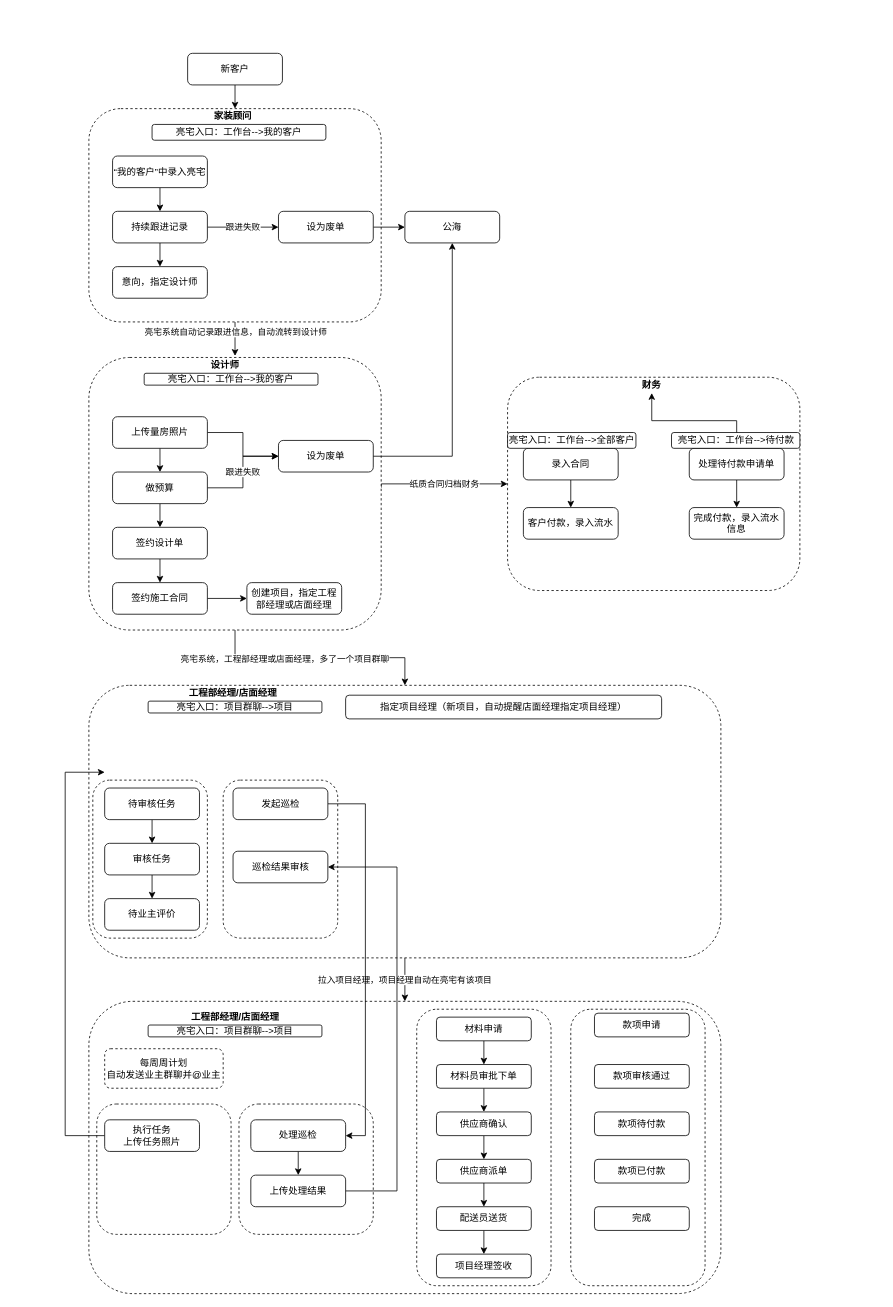
The draw.io diagram Untitled Diagram.drawio in bevisxia/java-learning, before the edit. Source tidied: cells renumbered, new cells numbered last; positions are measured from the earlier drawing's top-left corner, leaving out a move shared by most shapes. Both pictures are drawn from the tidied source at 79%, with x=0, y=0 at pixel (65, 53).
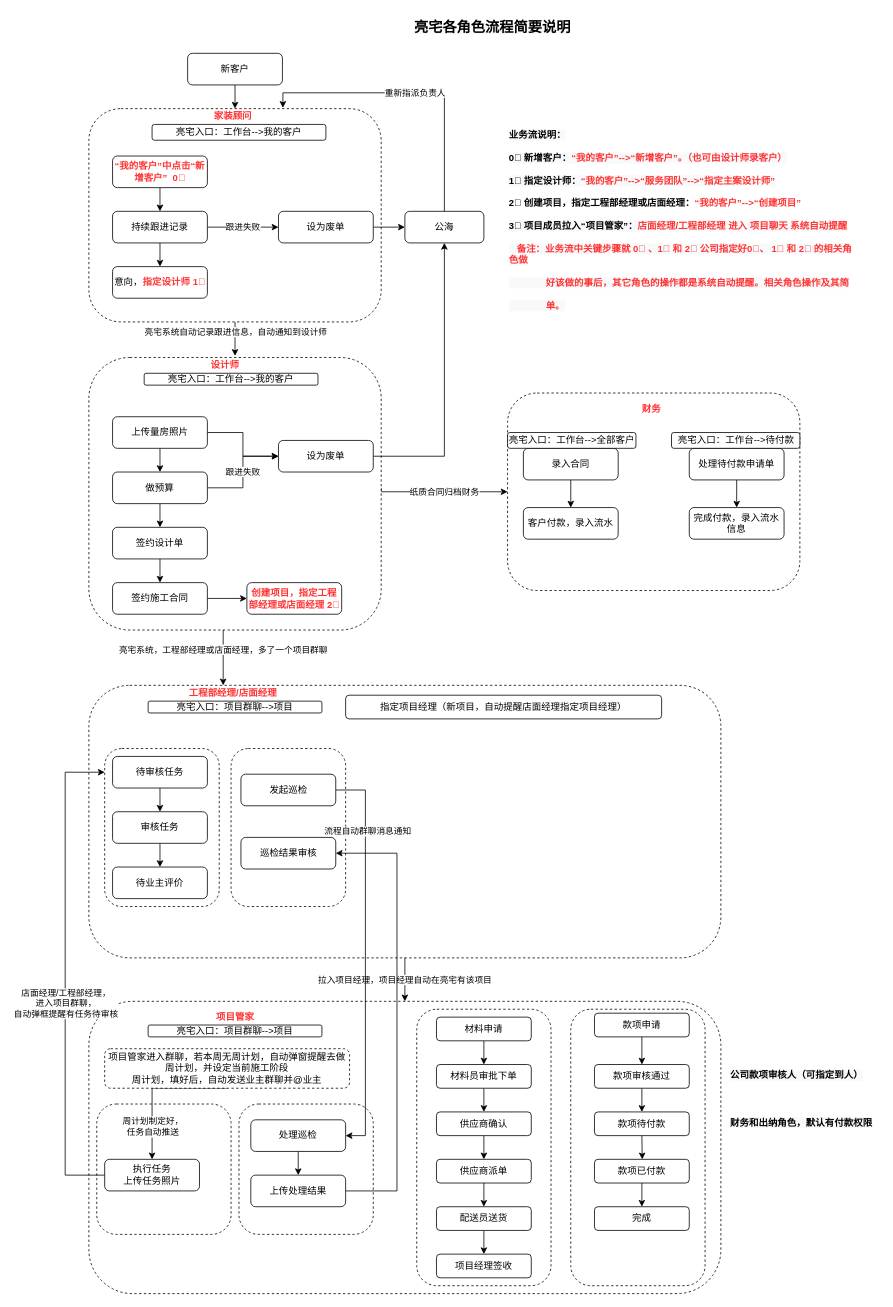
After the change.

The change refers to these unchanged cells:
```xml
<mxCell id="2" style="rounded=1;whiteSpace=wrap;html=1;dashed=1;" parent="1" vertex="1">
  <mxGeometry x="30" y="800" width="800" height="345" as="geometry" />
</mxCell>
<mxCell id="13" style="rounded=1;whiteSpace=wrap;html=1;dashed=1;" parent="1" vertex="1">
  <mxGeometry x="30" y="385" width="370" height="345" as="geometry" />
</mxCell>
<mxCell id="14" style="edgeStyle=orthogonalEdgeStyle;rounded=0;jettySize=auto;html=1;exitX=0.5;exitY=1;exitDx=0;exitDy=0;entryX=0.541;entryY=-0.1;entryDx=0;entryDy=0;entryPerimeter=0;" parent="1" edge="1" source="16" target="41">
  <mxGeometry relative="1" as="geometry" />
</mxCell>
<mxCell id="39" value="设为废单" style="rounded=1;whiteSpace=wrap;html=1;" parent="1" vertex="1">
  <mxGeometry x="270" y="490" width="120" height="40" as="geometry" />
</mxCell>
<mxCell id="49" value="处理待付款申请单" style="rounded=1;whiteSpace=wrap;html=1;" parent="1" vertex="1">
  <mxGeometry x="790" y="500" width="120" height="40" as="geometry" />
</mxCell>
<mxCell id="72" value="处理巡检" style="rounded=1;whiteSpace=wrap;html=1;" parent="1" vertex="1">
  <mxGeometry x="235" y="1350" width="120" height="40" as="geometry" />
</mxCell>
<mxCell id="74" value="上传处理结果" style="rounded=1;whiteSpace=wrap;html=1;" parent="1" vertex="1">
  <mxGeometry x="235" y="1420" width="120" height="40" as="geometry" />
</mxCell>
<mxCell id="88" style="rounded=1;whiteSpace=wrap;html=1;dashed=1;" parent="1" vertex="1">
  <mxGeometry x="640" y="1210" width="170" height="350" as="geometry" />
</mxCell>
<mxCell id="89" value="款项申请" style="rounded=1;whiteSpace=wrap;html=1;" parent="1" vertex="1">
  <mxGeometry x="670" y="1215" width="120" height="30" as="geometry" />
</mxCell>
<mxCell id="90" value="款项审核通过" style="rounded=1;whiteSpace=wrap;html=1;" parent="1" vertex="1">
  <mxGeometry x="670" y="1280" width="120" height="30" as="geometry" />
</mxCell>
<mxCell id="91" value="款项待付款" style="rounded=1;whiteSpace=wrap;html=1;" parent="1" vertex="1">
  <mxGeometry x="670" y="1340" width="120" height="30" as="geometry" />
</mxCell>
<mxCell id="92" value="款项已付款" style="rounded=1;whiteSpace=wrap;html=1;" parent="1" vertex="1">
  <mxGeometry x="670" y="1400" width="120" height="30" as="geometry" />
</mxCell>
<mxCell id="93" value="完成" style="rounded=1;whiteSpace=wrap;html=1;" parent="1" vertex="1">
  <mxGeometry x="670" y="1460" width="120" height="30" as="geometry" />
</mxCell>
```

The edit, as a diff of the source:
```diff
@@
     <mxCell id="3" style="rounded=1;whiteSpace=wrap;html=1;dashed=1;" parent="1" vertex="1">
-      <mxGeometry x="200" y="920" width="145" height="200" as="geometry" />
+      <mxGeometry x="210" y="880" width="145" height="200" as="geometry" />
     </mxCell>
     <mxCell id="4" style="rounded=1;whiteSpace=wrap;html=1;dashed=1;" parent="1" vertex="1">
-      <mxGeometry x="35" y="920" width="145" height="200" as="geometry" />
+      <mxGeometry x="50" y="880" width="145" height="200" as="geometry" />
     </mxCell>
@@
     <mxCell id="8" style="rounded=1;whiteSpace=wrap;html=1;dashed=1;" parent="1" vertex="1">
-      <mxGeometry x="560" y="410" width="370" height="270" as="geometry" />
+      <mxGeometry x="560" y="430" width="370" height="250" as="geometry" />
     </mxCell>
     <mxCell id="9" style="edgeStyle=orthogonalEdgeStyle;rounded=0;jettySize=auto;html=1;entryX=0;entryY=0.5;entryDx=0;entryDy=0;" parent="1" edge="1" target="8">
       <mxGeometry relative="1" as="geometry">
         <mxPoint x="400" y="550" as="sourcePoint" />
         <Array as="points">
-          <mxPoint x="400" y="545" />
+          <mxPoint x="400" y="555" />
         </Array>
       </mxGeometry>
     </mxCell>
     <mxCell id="10" value="纸质合同归档财务" style="edgeLabel;html=1;align=center;verticalAlign=middle;" parent="9" vertex="1">
-      <mxGeometry x="0.02" y="1" relative="1" as="geometry" />
+      <mxGeometry x="0.02" y="1" relative="1" as="geometry">
+        <mxPoint y="1" as="offset" />
+      </mxGeometry>
     </mxCell>
-    <mxCell id="11" style="edgeStyle=orthogonalEdgeStyle;rounded=0;jettySize=auto;html=1;exitX=0.5;exitY=1;exitDx=0;exitDy=0;entryX=0.5;entryY=0;entryDx=0;entryDy=0;" parent="1" edge="1" source="13" target="2">
-      <mxGeometry relative="1" as="geometry" />
+    <mxCell id="11" style="edgeStyle=orthogonalEdgeStyle;rounded=0;orthogonalLoop=1;jettySize=auto;html=1;" parent="1" edge="1">
+      <mxGeometry relative="1" as="geometry">
+        <mxPoint x="200" y="730" as="sourcePoint" />
+        <mxPoint x="200" y="800" as="targetPoint" />
+        <Array as="points">
+          <mxPoint x="200" y="750" />
+          <mxPoint x="200" y="750" />
+        </Array>
+      </mxGeometry>
     </mxCell>
@@
-    <mxCell id="15" value="亮宅系统自动记录跟进信息，自动流转到设计师" style="edgeLabel;html=1;align=center;verticalAlign=middle;" parent="14" vertex="1">
+    <mxCell id="15" value="亮宅系统自动记录跟进信息，自动通知到设计师" style="edgeLabel;html=1;align=center;verticalAlign=middle;" parent="14" vertex="1">
       <mxGeometry x="-0.41" relative="1" as="geometry" />
     </mxCell>
@@
-    <mxCell id="20" value="“我的客户”中录入亮宅" style="rounded=1;whiteSpace=wrap;html=1;" parent="1" vertex="1">
+    <mxCell id="20" value="&lt;b&gt;&lt;font color=&quot;#ff3333&quot;&gt;“我的客户”中点击“新增客户”&amp;nbsp; 0⃣️&lt;/font&gt;&lt;/b&gt;" style="rounded=1;whiteSpace=wrap;html=1;" parent="1" vertex="1">
       <mxGeometry x="60" y="130" width="120" height="40" as="geometry" />
     </mxCell>
@@
-    <mxCell id="24" value="意向，指定设计师" style="rounded=1;whiteSpace=wrap;html=1;" parent="1" vertex="1">
+    <mxCell id="24" value="意向，&lt;b&gt;&lt;font color=&quot;#ff3333&quot;&gt;指定设计师 1⃣️&lt;/font&gt;&lt;/b&gt;" style="rounded=1;whiteSpace=wrap;html=1;" parent="1" vertex="1">
       <mxGeometry x="60" y="270" width="120" height="40" as="geometry" />
     </mxCell>
@@
+    <mxCell id="94" value="重新指派负责人" style="edgeStyle=orthogonalEdgeStyle;rounded=0;jettySize=auto;html=1;exitX=0.5;exitY=0;exitDx=0;exitDy=0;entryX=0.707;entryY=-0.05;entryDx=0;entryDy=0;entryPerimeter=0;" parent="1" edge="1" source="27" target="28">
+      <mxGeometry relative="1" as="geometry">
+        <Array as="points">
+          <mxPoint x="480" y="50" />
+          <mxPoint x="276" y="50" />
+        </Array>
+      </mxGeometry>
+    </mxCell>
     <mxCell id="27" value="公海" style="rounded=1;whiteSpace=wrap;html=1;" parent="1" vertex="1">
-      <mxGeometry x="430" y="200" width="120" height="40" as="geometry" />
+      <mxGeometry x="430" y="200" width="100" height="40" as="geometry" />
     </mxCell>
-    <mxCell id="28" value="&lt;b&gt;家装顾问&lt;/b&gt;" style="text;html=1;strokeColor=none;fillColor=none;align=center;verticalAlign=middle;whiteSpace=wrap;rounded=0;dashed=1;" parent="1" vertex="1">
+    <mxCell id="28" value="&lt;b&gt;&lt;font color=&quot;#ff3333&quot;&gt;家装顾问&lt;/font&gt;&lt;/b&gt;" style="text;html=1;strokeColor=none;fillColor=none;align=center;verticalAlign=middle;whiteSpace=wrap;rounded=0;dashed=1;" parent="1" vertex="1">
       <mxGeometry x="60" y="70" width="305" height="20" as="geometry" />
     </mxCell>
@@
     <mxCell id="40" style="edgeStyle=orthogonalEdgeStyle;rounded=0;jettySize=auto;html=1;exitX=1;exitY=0.5;exitDx=0;exitDy=0;entryX=0.5;entryY=1;entryDx=0;entryDy=0;" parent="1" edge="1" source="39" target="27">
       <mxGeometry relative="1" as="geometry">
         <Array as="points">
-          <mxPoint x="490" y="510" />
+          <mxPoint x="480" y="510" />
         </Array>
       </mxGeometry>
     </mxCell>
-    <mxCell id="41" value="&lt;b&gt;设计师&lt;/b&gt;" style="text;html=1;strokeColor=none;fillColor=none;align=center;verticalAlign=middle;whiteSpace=wrap;rounded=0;dashed=1;" parent="1" vertex="1">
+    <mxCell id="41" value="&lt;b&gt;&lt;font color=&quot;#ff3333&quot;&gt;设计师&lt;/font&gt;&lt;/b&gt;" style="text;html=1;strokeColor=none;fillColor=none;align=center;verticalAlign=middle;whiteSpace=wrap;rounded=0;dashed=1;" parent="1" vertex="1">
       <mxGeometry x="50" y="385" width="305" height="20" as="geometry" />
     </mxCell>
@@
-    <mxCell id="44" value="&lt;b&gt;财务&lt;/b&gt;" style="text;html=1;strokeColor=none;fillColor=none;align=center;verticalAlign=middle;whiteSpace=wrap;rounded=0;dashed=1;" parent="1" vertex="1">
-      <mxGeometry x="590" y="410" width="305" height="20" as="geometry" />
+    <mxCell id="44" value="&lt;b&gt;&lt;font color=&quot;#ff3333&quot;&gt;财务&lt;/font&gt;&lt;/b&gt;" style="text;html=1;strokeColor=none;fillColor=none;align=center;verticalAlign=middle;whiteSpace=wrap;rounded=0;dashed=1;" parent="1" vertex="1">
+      <mxGeometry x="590" y="440" width="305" height="20" as="geometry" />
     </mxCell>
@@
-    <mxCell id="48" style="edgeStyle=orthogonalEdgeStyle;rounded=0;jettySize=auto;html=1;" parent="1" edge="1" source="49" target="44">
-      <mxGeometry relative="1" as="geometry" />
-    </mxCell>
@@
-    <mxCell id="56" value="创建项目，指定工程部经理或店面经理" style="rounded=1;whiteSpace=wrap;html=1;" parent="1" vertex="1">
+    <mxCell id="56" value="&lt;b&gt;&lt;font color=&quot;#ff3333&quot;&gt;创建项目，指定工程部经理或店面经理 2⃣️&lt;/font&gt;&lt;/b&gt;" style="rounded=1;whiteSpace=wrap;html=1;" parent="1" vertex="1">
       <mxGeometry x="230" y="670" width="120" height="40" as="geometry" />
     </mxCell>
-    <mxCell id="57" value="&lt;b&gt;工程部经理/店面经理&lt;/b&gt;" style="text;html=1;strokeColor=none;fillColor=none;align=center;verticalAlign=middle;whiteSpace=wrap;rounded=0;dashed=1;" parent="1" vertex="1">
+    <mxCell id="57" value="&lt;b&gt;&lt;font color=&quot;#ff3333&quot;&gt;工程部经理/店面经理&lt;/font&gt;&lt;/b&gt;" style="text;html=1;strokeColor=none;fillColor=none;align=center;verticalAlign=middle;whiteSpace=wrap;rounded=0;dashed=1;" parent="1" vertex="1">
       <mxGeometry x="60" y="800" width="305" height="20" as="geometry" />
     </mxCell>
@@
     <mxCell id="60" value="待审核任务" style="rounded=1;whiteSpace=wrap;html=1;" parent="1" vertex="1">
-      <mxGeometry x="50" y="930" width="120" height="40" as="geometry" />
+      <mxGeometry x="60" y="890" width="120" height="40" as="geometry" />
     </mxCell>
@@
     <mxCell id="62" value="审核任务" style="rounded=1;whiteSpace=wrap;html=1;" parent="1" vertex="1">
-      <mxGeometry x="50" y="1000" width="120" height="40" as="geometry" />
+      <mxGeometry x="60" y="960" width="120" height="40" as="geometry" />
     </mxCell>
     <mxCell id="63" value="待业主评价" style="rounded=1;whiteSpace=wrap;html=1;" parent="1" vertex="1">
-      <mxGeometry x="50" y="1070" width="120" height="40" as="geometry" />
+      <mxGeometry x="60" y="1030" width="120" height="40" as="geometry" />
     </mxCell>
-    <mxCell id="64" value="&lt;b&gt;工程部经理/店面经理&lt;/b&gt;" style="text;html=1;strokeColor=none;fillColor=none;align=center;verticalAlign=middle;whiteSpace=wrap;rounded=0;dashed=1;" parent="1" vertex="1">
+    <mxCell id="64" value="&lt;b&gt;&lt;font color=&quot;#ff3333&quot;&gt;项目管家&lt;/font&gt;&lt;/b&gt;" style="text;html=1;strokeColor=none;fillColor=none;align=center;verticalAlign=middle;whiteSpace=wrap;rounded=0;dashed=1;" parent="1" vertex="1">
       <mxGeometry x="62.5" y="1210" width="305" height="20" as="geometry" />
     </mxCell>
@@
+    <mxCell id="95" style="edgeStyle=orthogonalEdgeStyle;rounded=0;jettySize=auto;html=1;exitX=0.5;exitY=1;exitDx=0;exitDy=0;entryX=0.5;entryY=0;entryDx=0;entryDy=0;" parent="1" edge="1" source="66" target="68">
+      <mxGeometry relative="1" as="geometry">
+        <Array as="points">
+          <mxPoint x="110" y="1310" />
+        </Array>
+      </mxGeometry>
+    </mxCell>
+    <mxCell id="96" value="周计划制定好，&lt;br&gt;任务自动推送" style="edgeLabel;html=1;align=center;verticalAlign=middle;" parent="95" vertex="1">
+      <mxGeometry x="0.55" relative="1" as="geometry" />
+    </mxCell>
-    <mxCell id="66" value="每周周计划&lt;br&gt;自动发送业主群聊并@业主" style="rounded=1;whiteSpace=wrap;html=1;dashed=1;" parent="1" vertex="1">
-      <mxGeometry x="50" y="1260" width="150" height="50" as="geometry" />
+    <mxCell id="66" value="项目管家进入群聊，若本周无周计划，自动弹窗提醒去做周计划，并设定当前施工阶段&lt;br&gt;周计划，填好后，自动发送业主群聊并@业主" style="rounded=1;whiteSpace=wrap;html=1;dashed=1;" parent="1" vertex="1">
+      <mxGeometry x="50" y="1260" width="310" height="50" as="geometry" />
     </mxCell>
     <mxCell id="67" style="edgeStyle=orthogonalEdgeStyle;rounded=0;jettySize=auto;html=1;exitX=0;exitY=0.5;exitDx=0;exitDy=0;" parent="1" edge="1" source="68">
       <mxGeometry relative="1" as="geometry">
         <mxPoint x="50" y="910" as="targetPoint" />
         <Array as="points">
-          <mxPoint y="1370" />
+          <mxPoint y="1420" />
           <mxPoint y="910" />
         </Array>
       </mxGeometry>
     </mxCell>
+    <mxCell id="97" value="店面经理/工程部经理，&lt;br&gt;进入项目群聊，&lt;br&gt;自动弹框提醒有任务待审核" style="edgeLabel;html=1;align=center;verticalAlign=middle;" parent="67" vertex="1">
+      <mxGeometry x="-0.12" relative="1" as="geometry" />
+    </mxCell>
     <mxCell id="68" value="执行任务&lt;br&gt;上传任务照片" style="rounded=1;whiteSpace=wrap;html=1;" parent="1" vertex="1">
-      <mxGeometry x="50" y="1350" width="120" height="40" as="geometry" />
+      <mxGeometry x="50" y="1400" width="120" height="40" as="geometry" />
     </mxCell>
     <mxCell id="69" style="edgeStyle=orthogonalEdgeStyle;rounded=0;jettySize=auto;html=1;exitX=1;exitY=0.5;exitDx=0;exitDy=0;" parent="1" edge="1" source="70" target="72">
       <mxGeometry relative="1" as="geometry">
         <Array as="points">
-          <mxPoint x="380" y="950" />
+          <mxPoint x="380" y="933" />
           <mxPoint x="380" y="1370" />
         </Array>
       </mxGeometry>
     </mxCell>
+    <mxCell id="98" value="流程自动群聊消息通知" style="edgeLabel;html=1;align=center;verticalAlign=middle;" parent="69" vertex="1">
+      <mxGeometry x="-0.65" y="2" relative="1" as="geometry">
+        <mxPoint y="1" as="offset" />
+      </mxGeometry>
+    </mxCell>
     <mxCell id="70" value="发起巡检" style="rounded=1;whiteSpace=wrap;html=1;" parent="1" vertex="1">
-      <mxGeometry x="212.5" y="930" width="120" height="40" as="geometry" />
+      <mxGeometry x="222.5" y="912.5" width="120" height="40" as="geometry" />
     </mxCell>
@@
     <mxCell id="73" style="edgeStyle=orthogonalEdgeStyle;rounded=0;jettySize=auto;html=1;exitX=1;exitY=0.5;exitDx=0;exitDy=0;entryX=1;entryY=0.5;entryDx=0;entryDy=0;" parent="1" edge="1" source="74" target="75">
       <mxGeometry relative="1" as="geometry">
         <Array as="points">
           <mxPoint x="420" y="1440" />
-          <mxPoint x="420" y="1030" />
+          <mxPoint x="420" y="1013" />
         </Array>
       </mxGeometry>
     </mxCell>
@@
     <mxCell id="75" value="巡检结果审核" style="rounded=1;whiteSpace=wrap;html=1;" parent="1" vertex="1">
-      <mxGeometry x="212.5" y="1010" width="120" height="40" as="geometry" />
+      <mxGeometry x="222.5" y="992.5" width="120" height="40" as="geometry" />
     </mxCell>
@@
+    <mxCell id="99" style="edgeStyle=orthogonalEdgeStyle;rounded=0;jettySize=auto;html=1;exitX=0.5;exitY=1;exitDx=0;exitDy=0;entryX=0.5;entryY=0;entryDx=0;entryDy=0;" parent="1" edge="1" source="89" target="90">
+      <mxGeometry relative="1" as="geometry" />
+    </mxCell>
@@
+    <mxCell id="100" style="edgeStyle=orthogonalEdgeStyle;rounded=0;jettySize=auto;html=1;exitX=0.5;exitY=1;exitDx=0;exitDy=0;entryX=0.5;entryY=0;entryDx=0;entryDy=0;" parent="1" edge="1" source="90" target="91">
+      <mxGeometry relative="1" as="geometry" />
+    </mxCell>
@@
+    <mxCell id="101" style="edgeStyle=orthogonalEdgeStyle;rounded=0;jettySize=auto;html=1;exitX=0.5;exitY=1;exitDx=0;exitDy=0;entryX=0.532;entryY=0.543;entryDx=0;entryDy=0;entryPerimeter=0;" parent="1" edge="1" source="91" target="88">
+      <mxGeometry relative="1" as="geometry" />
+    </mxCell>
@@
+    <mxCell id="102" style="edgeStyle=orthogonalEdgeStyle;rounded=0;jettySize=auto;html=1;exitX=0.5;exitY=1;exitDx=0;exitDy=0;entryX=0.5;entryY=0;entryDx=0;entryDy=0;" parent="1" edge="1" source="92" target="93">
+      <mxGeometry relative="1" as="geometry" />
+    </mxCell>
@@
+    <mxCell id="103" value="&lt;b style=&quot;font-family: &amp;#34;helvetica&amp;#34; ; font-size: 12px ; font-style: normal ; letter-spacing: normal ; text-align: center ; text-indent: 0px ; text-transform: none ; word-spacing: 0px ; background-color: rgb(248 , 249 , 250)&quot;&gt;&lt;font&gt;业务流说明：&lt;br&gt;&lt;br&gt;0⃣️ 新增客户：&lt;font color=&quot;#ff3333&quot;&gt;“我的客户”--&amp;gt;“新增客户”。（也可由设计师录客户）&lt;/font&gt;&lt;br&gt;&lt;br&gt;1⃣️ 指定设计师&lt;/font&gt;&lt;font color=&quot;#ff3333&quot; style=&quot;color: rgb(0 , 0 , 0)&quot;&gt;：&lt;/font&gt;&lt;font color=&quot;#ff3333&quot;&gt;“我的客户”--&amp;gt;“服务团队”--&amp;gt;“指定主案设计师”&lt;br&gt;&lt;br&gt;&lt;/font&gt;&lt;/b&gt;&lt;b style=&quot;font-family: &amp;#34;helvetica&amp;#34; ; text-align: center&quot;&gt;2⃣️ 创建项目，指定工程部经理或店面经理：&lt;font color=&quot;#ff3333&quot;&gt;“我的客户”--&amp;gt;“创建项目”&lt;br&gt;&lt;/font&gt;&lt;/b&gt;&lt;b style=&quot;font-family: &amp;#34;helvetica&amp;#34; ; font-size: 12px ; font-style: normal ; letter-spacing: normal ; text-align: center ; text-indent: 0px ; text-transform: none ; word-spacing: 0px ; background-color: rgb(248 , 249 , 250)&quot;&gt;&lt;font&gt;&lt;br&gt;3⃣️ 项目成员拉入“项目管家”&lt;/font&gt;&lt;font color=&quot;#ff3333&quot; style=&quot;color: rgb(0 , 0 , 0)&quot;&gt;：&lt;/font&gt;&lt;font color=&quot;#ff3333&quot;&gt;店面经理/工程部经理 进入 项目聊天 系统自动提醒&lt;br&gt;&lt;br&gt;&amp;nbsp; &amp;nbsp;备注：业务流中关键步骤就 0⃣️ 、1⃣️ 和 2⃣️ 公司指定好0⃣️、 1⃣️ 和 2⃣️ 的相关角色做&lt;br&gt;&lt;br&gt;&amp;nbsp; &amp;nbsp; &amp;nbsp; &amp;nbsp; &amp;nbsp; &amp;nbsp; &amp;nbsp; 好该做的事后，其它角色的操作都是系统自动提醒。相关角色操作及其简&lt;br&gt;&lt;br&gt;&amp;nbsp; &amp;nbsp; &amp;nbsp; &amp;nbsp; &amp;nbsp; &amp;nbsp; &amp;nbsp; 单。&lt;br&gt;&lt;/font&gt;&lt;/b&gt;" style="text;whiteSpace=wrap;html=1;" parent="1" vertex="1">
+      <mxGeometry x="560" y="90" width="440" height="250" as="geometry" />
+    </mxCell>
+    <mxCell id="104" value="&lt;b style=&quot;color: rgb(0, 0, 0); font-size: 12px; font-style: normal; letter-spacing: normal; text-indent: 0px; text-transform: none; word-spacing: 0px; font-family: helvetica; text-align: center; background-color: rgb(248, 249, 250);&quot;&gt;公司款项审核人（可指定到人）&lt;/b&gt;" style="text;whiteSpace=wrap;html=1;" parent="1" vertex="1">
+      <mxGeometry x="840" y="1280" width="190" height="30" as="geometry" />
+    </mxCell>
+    <mxCell id="105" value="&lt;b style=&quot;color: rgb(0 , 0 , 0) ; font-size: 12px ; font-style: normal ; letter-spacing: normal ; text-indent: 0px ; text-transform: none ; word-spacing: 0px ; font-family: &amp;#34;helvetica&amp;#34; ; text-align: center ; background-color: rgb(248 , 249 , 250)&quot;&gt;财务和出纳角色，默认有付款权限&lt;/b&gt;" style="text;whiteSpace=wrap;html=1;" parent="1" vertex="1">
+      <mxGeometry x="840" y="1340" width="190" height="30" as="geometry" />
+    </mxCell>
+    <mxCell id="106" value="&lt;b style=&quot;font-style: normal ; letter-spacing: normal ; text-indent: 0px ; text-transform: none ; word-spacing: 0px ; font-family: &amp;#34;helvetica&amp;#34; ; text-align: center ; background-color: rgb(248 , 249 , 250)&quot;&gt;&lt;font&gt;&lt;font style=&quot;font-size: 18px&quot;&gt;亮宅各角色流程简要说明&lt;/font&gt;&lt;/font&gt;&lt;/b&gt;" style="text;whiteSpace=wrap;html=1;" parent="1" vertex="1">
+      <mxGeometry x="440" y="-50" width="210" height="30" as="geometry" />
+    </mxCell>
```
